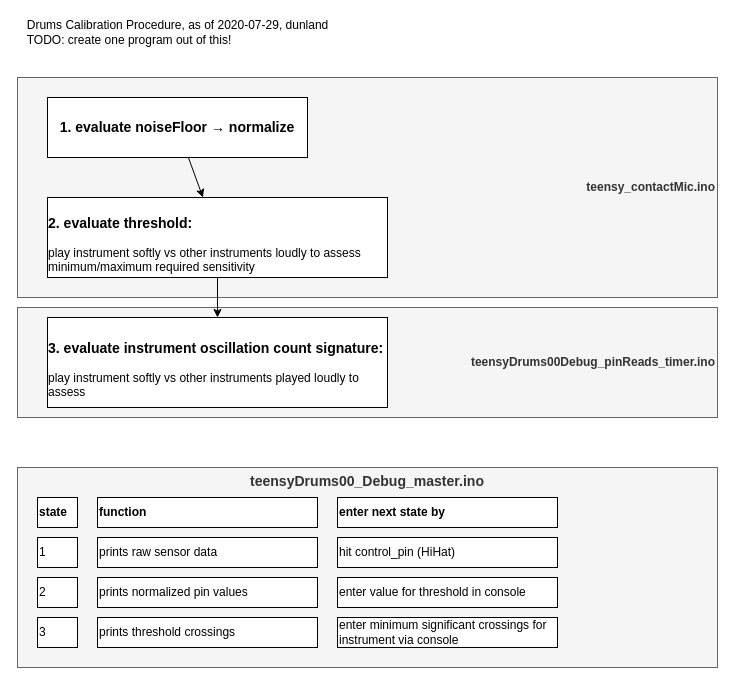
Before: page "Calibration Procedure" (5 of 5) of muscle/Doc/MA_progress.drawio in dunland/muscle, a draw.io diagram. Source tidied: cells renumbered, new cells numbered last; positions are measured from the earlier drawing's top-left corner, leaving out a move shared by most shapes. Both pictures are drawn from the tidied source at 100%, with x=0, y=0 at pixel (17, 17).
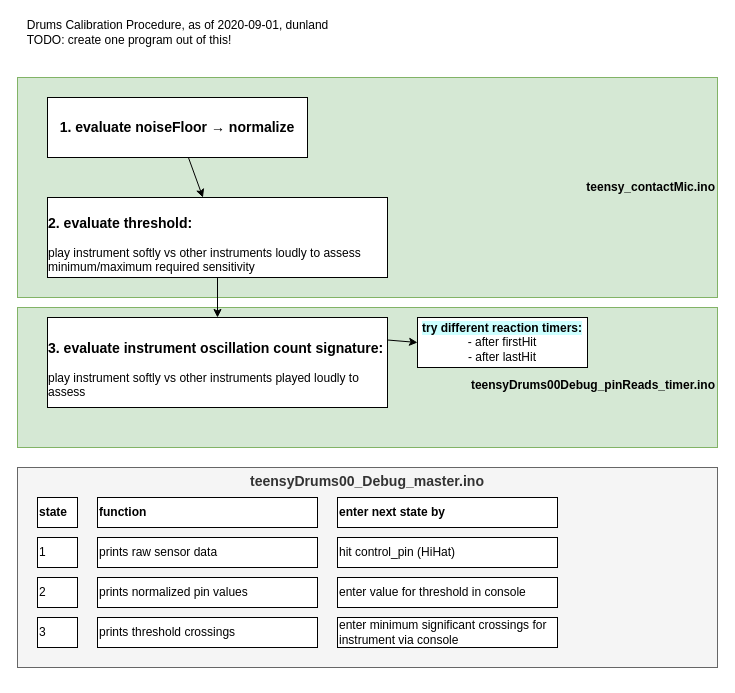
The same diagram, later.

The change refers to these unchanged cells:
```xml
<mxCell id="8" value="&lt;h3 style=&quot;text-align: left&quot;&gt;3. evaluate instrument oscillation count signature:&lt;/h3&gt;&lt;div style=&quot;text-align: left&quot;&gt;play instrument softly vs other instruments played loudly to assess&amp;nbsp;&lt;/div&gt;" style="rounded=0;whiteSpace=wrap;html=1;strokeWidth=1;" parent="1" vertex="1">
  <mxGeometry x="30" y="300" width="340" height="90" as="geometry" />
</mxCell>
```

Diff of the diagram source:
```diff
@@
-    <mxCell id="2" value="&lt;b&gt;teensyDrums00Debug_pinReads_timer.ino&lt;/b&gt;" style="rounded=0;whiteSpace=wrap;html=1;strokeWidth=1;fillColor=#f5f5f5;strokeColor=#666666;fontColor=#333333;align=right;" parent="1" vertex="1">
-      <mxGeometry y="290" width="700" height="110" as="geometry" />
+    <mxCell id="2" value="&lt;b&gt;&lt;br&gt;teensyDrums00Debug_pinReads_timer.ino&lt;/b&gt;" style="rounded=0;whiteSpace=wrap;html=1;strokeWidth=1;fillColor=#d5e8d4;strokeColor=#82b366;align=right;" parent="1" vertex="1">
+      <mxGeometry y="290" width="700" height="140" as="geometry" />
     </mxCell>
-    <mxCell id="3" value="&lt;b&gt;teensy_contactMic.ino&lt;/b&gt;" style="rounded=0;whiteSpace=wrap;html=1;strokeWidth=1;fillColor=#f5f5f5;strokeColor=#666666;fontColor=#333333;align=right;" parent="1" vertex="1">
+    <mxCell id="3" value="&lt;b&gt;teensy_contactMic.ino&lt;/b&gt;" style="rounded=0;whiteSpace=wrap;html=1;strokeWidth=1;fillColor=#d5e8d4;strokeColor=#82b366;align=right;" parent="1" vertex="1">
       <mxGeometry y="60" width="700" height="220" as="geometry" />
     </mxCell>
@@
+    <mxCell id="23" style="edgeStyle=none;rounded=0;jettySize=auto;html=1;exitX=1;exitY=0.25;exitDx=0;exitDy=0;entryX=0;entryY=0.5;entryDx=0;entryDy=0;endArrow=classic;endFill=1;" parent="1" edge="1" source="8" target="24">
+      <mxGeometry relative="1" as="geometry" />
+    </mxCell>
@@
-    <mxCell id="9" value="&lt;div style=&quot;text-align: left&quot;&gt;&lt;span&gt;Drums Calibration Procedure, as of 2020-07-29, dunland&lt;/span&gt;&lt;/div&gt;&lt;div style=&quot;text-align: left&quot;&gt;&lt;span&gt;TODO: create one program out of this!&lt;/span&gt;&lt;/div&gt;" style="text;html=1;align=center;verticalAlign=middle;" parent="1" vertex="1">
+    <mxCell id="9" value="&lt;div style=&quot;text-align: left&quot;&gt;&lt;span&gt;Drums Calibration Procedure, as of 2020-09-01, dunland&lt;/span&gt;&lt;/div&gt;&lt;div style=&quot;text-align: left&quot;&gt;&lt;span&gt;TODO: create one program out of this!&lt;/span&gt;&lt;/div&gt;" style="text;html=1;align=center;verticalAlign=middle;" parent="1" vertex="1">
       <mxGeometry width="320" height="30" as="geometry" />
     </mxCell>
@@
+    <mxCell id="24" value="&lt;b&gt;&lt;span style=&quot;background-color: rgb(204 , 255 , 255)&quot;&gt;try different reaction timers:&lt;/span&gt;&lt;br&gt;&lt;/b&gt;- after firstHit&lt;br&gt;- after lastHit" style="rounded=0;whiteSpace=wrap;html=1;strokeWidth=1;" parent="1" vertex="1">
+      <mxGeometry x="400" y="300" width="170" height="50" as="geometry" />
+    </mxCell>
```
